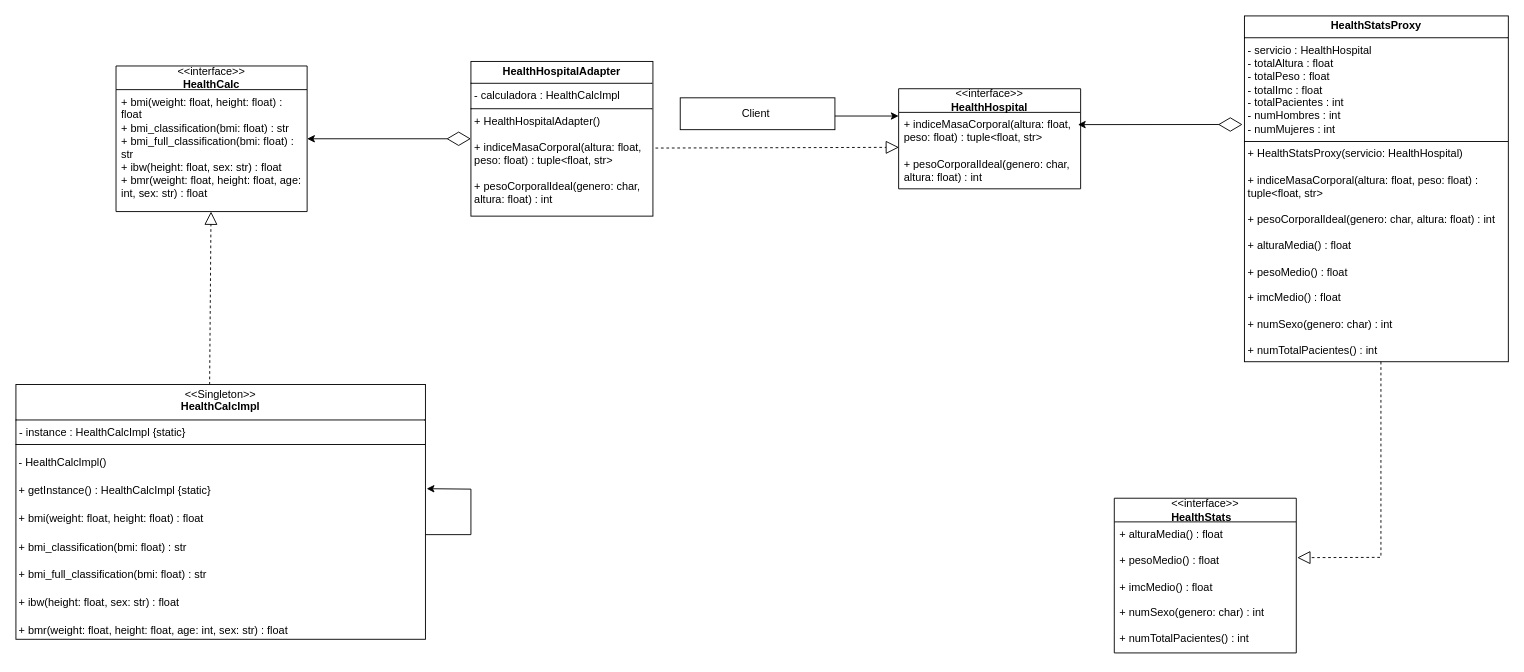
Above: design_patterns/src/proxy.drawio in ISAgrupo02/healthcalcGrupo02 (draw.io), before the change. Source tidied: cells renumbered, new cells numbered last; positions are measured from the earlier drawing's top-left corner, leaving out a move shared by most shapes. Both pictures are drawn from the tidied source at 91%, with x=0, y=0 at pixel (15, 15).
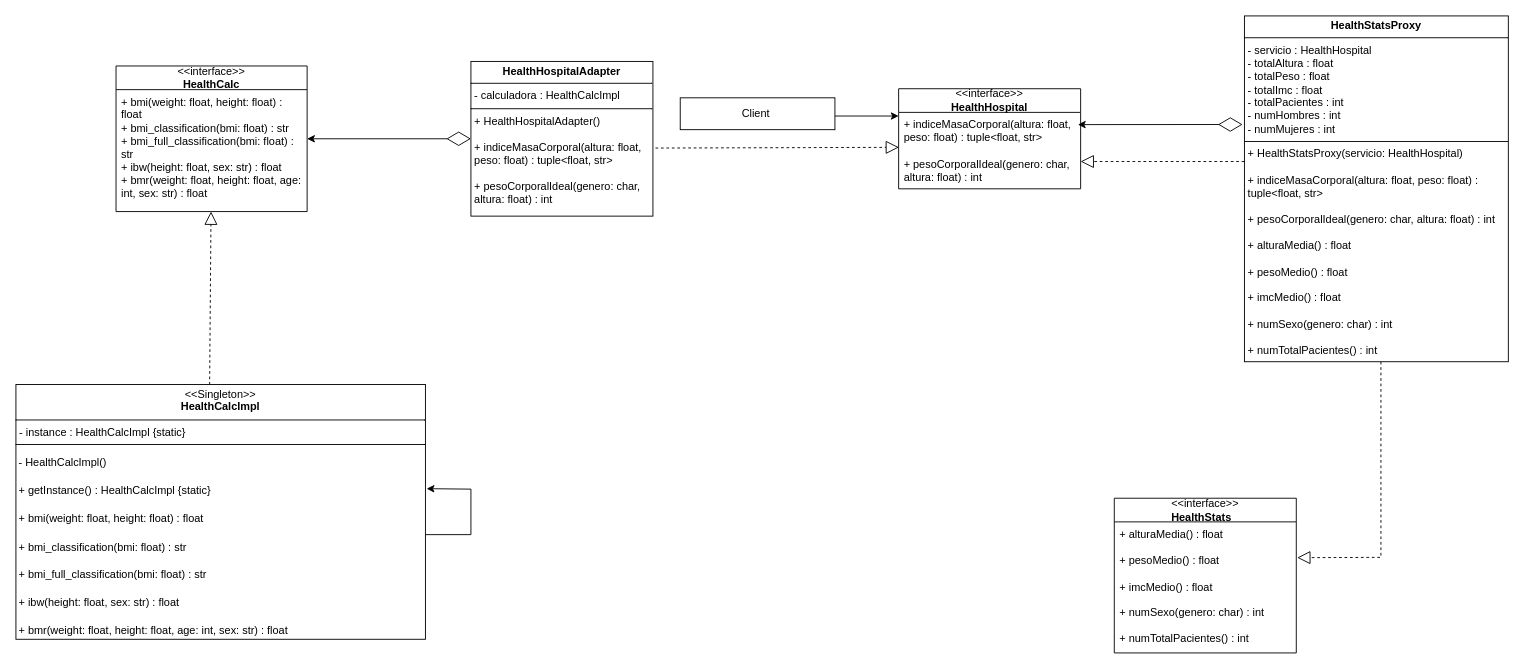
After the change.

Commit message:
docs(design_patterns/src): añadir archivos fuente draw.io

The edit, as a diff of the source:
```diff
@@
+    <mxCell id="20" style="endArrow=block;dashed=1;endFill=0;endSize=12;html=1;rounded=0;" parent="1" edge="1">
+      <mxGeometry relative="1" as="geometry">
+        <mxPoint x="1350" y="160" as="sourcePoint" />
+        <mxPoint x="1170" y="160" as="targetPoint" />
+        <Array as="points">
+          <mxPoint x="1290" y="160" />
+        </Array>
+      </mxGeometry>
+    </mxCell>
```
